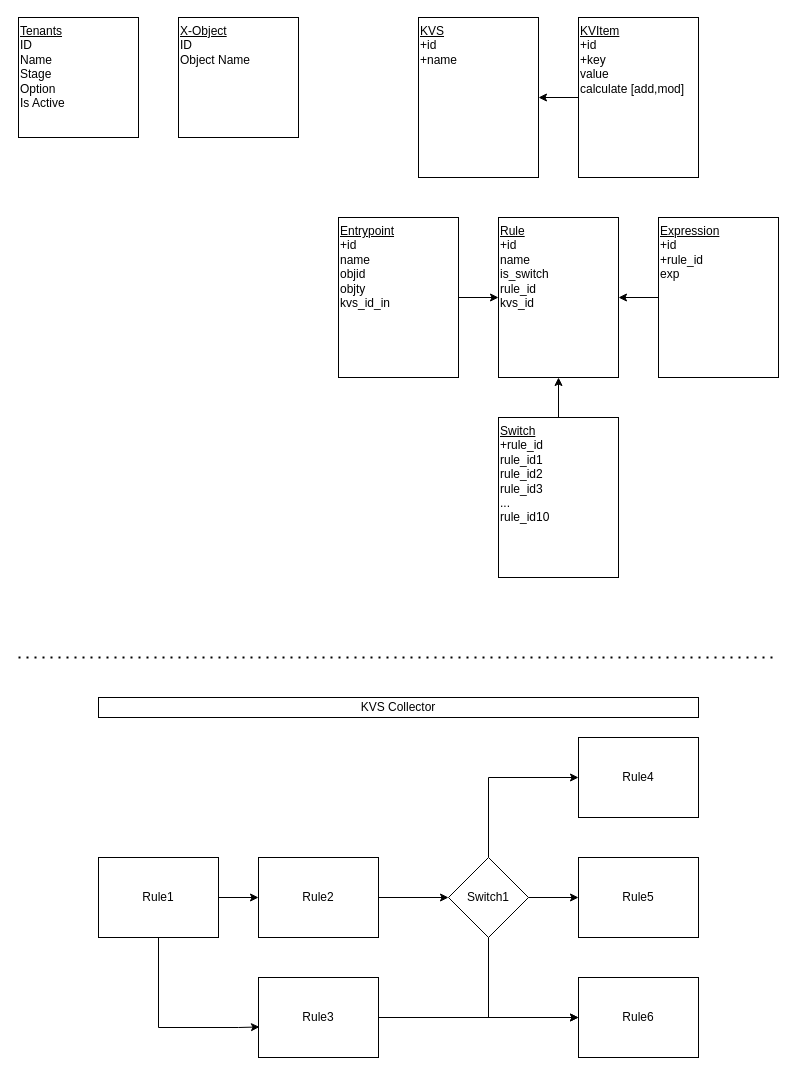
Earlier version of the draw.io diagram page "Connections" (1 of 2) of NRule.drawio (edervzz/nrules). Source tidied: cells renumbered, new cells numbered last; positions are measured from the earlier drawing's top-left corner, leaving out a move shared by most shapes. Both pictures are drawn from the tidied source at 100%, with x=0, y=0 at pixel (18, 17).
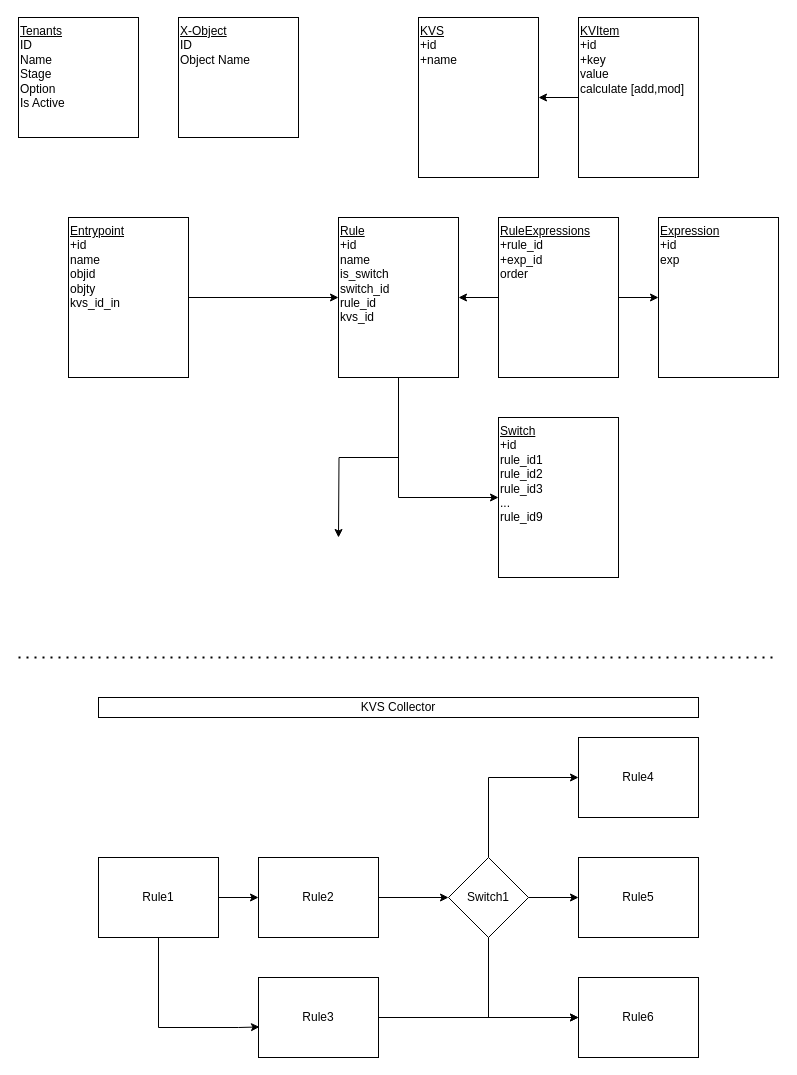
The same diagram, later.

The edit, as a diff of the source:
```diff
@@
-    <mxCell id="4" style="edgeStyle=orthogonalEdgeStyle;rounded=0;jettySize=auto;html=1;" parent="1" edge="1" source="5" target="6">
-      <mxGeometry relative="1" as="geometry" />
-    </mxCell>
-    <mxCell id="5" value="&lt;span style=&quot;background-color: initial;&quot;&gt;&lt;u&gt;Expression&lt;/u&gt;&lt;/span&gt;&lt;span style=&quot;background-color: initial;&quot;&gt;&lt;br&gt;&lt;/span&gt;+id&lt;br&gt;&lt;span style=&quot;background-color: initial;&quot;&gt;+rule_id&lt;/span&gt;&lt;div&gt;&lt;/div&gt;exp" style="rounded=0;whiteSpace=wrap;html=1;align=left;verticalAlign=top;" parent="1" vertex="1">
+    <mxCell id="5" value="&lt;span style=&quot;background-color: initial;&quot;&gt;&lt;u&gt;Expression&lt;/u&gt;&lt;/span&gt;&lt;span style=&quot;background-color: initial;&quot;&gt;&lt;br&gt;&lt;/span&gt;+id&lt;br&gt;&lt;div&gt;&lt;/div&gt;exp" style="rounded=0;whiteSpace=wrap;html=1;align=left;verticalAlign=top;" parent="1" vertex="1">
       <mxGeometry x="640" y="200" width="120" height="160" as="geometry" />
     </mxCell>
+    <mxCell id="30" style="edgeStyle=orthogonalEdgeStyle;rounded=0;jettySize=auto;html=1;entryX=0;entryY=0.5;entryDx=0;entryDy=0;" parent="1" edge="1" source="6" target="8">
+      <mxGeometry relative="1" as="geometry">
+        <Array as="points">
+          <mxPoint x="380" y="480" />
+        </Array>
+      </mxGeometry>
+    </mxCell>
+    <mxCell id="31" style="edgeStyle=orthogonalEdgeStyle;rounded=0;jettySize=auto;html=1;" parent="1" edge="1" source="6">
+      <mxGeometry relative="1" as="geometry">
+        <mxPoint x="320" y="520" as="targetPoint" />
+      </mxGeometry>
+    </mxCell>
-    <mxCell id="6" value="&lt;span style=&quot;background-color: initial;&quot;&gt;&lt;u&gt;Rule&lt;/u&gt;&lt;/span&gt;&lt;span style=&quot;background-color: initial;&quot;&gt;&lt;br&gt;&lt;/span&gt;+id&lt;br&gt;name&lt;div&gt;is_switch&lt;/div&gt;&lt;div&gt;rule_id&lt;br&gt;&lt;div&gt;kvs_id&lt;/div&gt;&lt;/div&gt;" style="rounded=0;whiteSpace=wrap;html=1;align=left;verticalAlign=top;" parent="1" vertex="1">
-      <mxGeometry x="480" y="200" width="120" height="160" as="geometry" />
+    <mxCell id="6" value="&lt;span style=&quot;background-color: initial;&quot;&gt;&lt;u&gt;Rule&lt;/u&gt;&lt;/span&gt;&lt;span style=&quot;background-color: initial;&quot;&gt;&lt;br&gt;&lt;/span&gt;+id&lt;br&gt;name&lt;div&gt;is_switch&lt;/div&gt;&lt;div&gt;switch_id&lt;/div&gt;&lt;div&gt;rule_id&lt;br&gt;&lt;div&gt;kvs_id&lt;/div&gt;&lt;/div&gt;" style="rounded=0;whiteSpace=wrap;html=1;align=left;verticalAlign=top;" parent="1" vertex="1">
+      <mxGeometry x="320" y="200" width="120" height="160" as="geometry" />
     </mxCell>
-    <mxCell id="7" style="edgeStyle=orthogonalEdgeStyle;rounded=0;jettySize=auto;html=1;" parent="1" edge="1" source="8" target="6">
-      <mxGeometry relative="1" as="geometry" />
-    </mxCell>
-    <mxCell id="8" value="&lt;span style=&quot;background-color: initial;&quot;&gt;&lt;u&gt;Switch&lt;/u&gt;&lt;/span&gt;&lt;span style=&quot;background-color: initial;&quot;&gt;&lt;br&gt;&lt;/span&gt;+rule_id&lt;div&gt;&lt;div&gt;rule_id1&lt;/div&gt;&lt;div&gt;rule_id2&lt;br&gt;&lt;/div&gt;&lt;div&gt;rule_id3&lt;br&gt;&lt;/div&gt;&lt;div&gt;...&lt;/div&gt;&lt;/div&gt;&lt;div&gt;rule_id10&lt;/div&gt;" style="rounded=0;whiteSpace=wrap;html=1;align=left;verticalAlign=top;" parent="1" vertex="1">
+    <mxCell id="8" value="&lt;span style=&quot;background-color: initial;&quot;&gt;&lt;u&gt;Switch&lt;/u&gt;&lt;/span&gt;&lt;span style=&quot;background-color: initial;&quot;&gt;&lt;br&gt;&lt;/span&gt;+id&lt;div&gt;&lt;div&gt;rule_id1&lt;/div&gt;&lt;div&gt;rule_id2&lt;br&gt;&lt;/div&gt;&lt;div&gt;rule_id3&lt;br&gt;&lt;/div&gt;&lt;div&gt;...&lt;/div&gt;&lt;/div&gt;&lt;div&gt;rule_id9&lt;/div&gt;" style="rounded=0;whiteSpace=wrap;html=1;align=left;verticalAlign=top;" parent="1" vertex="1">
       <mxGeometry x="480" y="400" width="120" height="160" as="geometry" />
     </mxCell>
@@
-    <mxCell id="23" style="edgeStyle=none;html=1;" parent="1" edge="1" source="24" target="6">
+    <mxCell id="23" style="edgeStyle=orthogonalEdgeStyle;html=1;" parent="1" edge="1" source="24" target="6">
       <mxGeometry relative="1" as="geometry" />
     </mxCell>
     <mxCell id="24" value="&lt;span style=&quot;background-color: initial;&quot;&gt;&lt;u&gt;Entrypoint&lt;/u&gt;&lt;/span&gt;&lt;span style=&quot;background-color: initial;&quot;&gt;&lt;br&gt;&lt;/span&gt;+id&lt;div&gt;name&lt;br&gt;&lt;div&gt;objid&lt;/div&gt;&lt;/div&gt;&lt;div&gt;objty&lt;/div&gt;&lt;div&gt;kvs_id_in&lt;/div&gt;" style="rounded=0;whiteSpace=wrap;html=1;align=left;verticalAlign=top;" parent="1" vertex="1">
-      <mxGeometry x="320" y="200" width="120" height="160" as="geometry" />
+      <mxGeometry x="50" y="200" width="120" height="160" as="geometry" />
     </mxCell>
@@
+    <mxCell id="32" style="edgeStyle=orthogonalEdgeStyle;rounded=0;jettySize=auto;html=1;" parent="1" edge="1" source="34" target="6">
+      <mxGeometry relative="1" as="geometry" />
+    </mxCell>
+    <mxCell id="33" style="edgeStyle=orthogonalEdgeStyle;rounded=0;jettySize=auto;html=1;" parent="1" edge="1" source="34" target="5">
+      <mxGeometry relative="1" as="geometry" />
+    </mxCell>
+    <mxCell id="34" value="&lt;span style=&quot;background-color: initial;&quot;&gt;&lt;u&gt;RuleExpressions&lt;/u&gt;&lt;/span&gt;&lt;span style=&quot;background-color: initial;&quot;&gt;&lt;br&gt;&lt;/span&gt;+rule_id&lt;div&gt;+exp_id&lt;br&gt;order&lt;/div&gt;" style="rounded=0;whiteSpace=wrap;html=1;align=left;verticalAlign=top;" parent="1" vertex="1">
+      <mxGeometry x="480" y="200" width="120" height="160" as="geometry" />
+    </mxCell>
```
